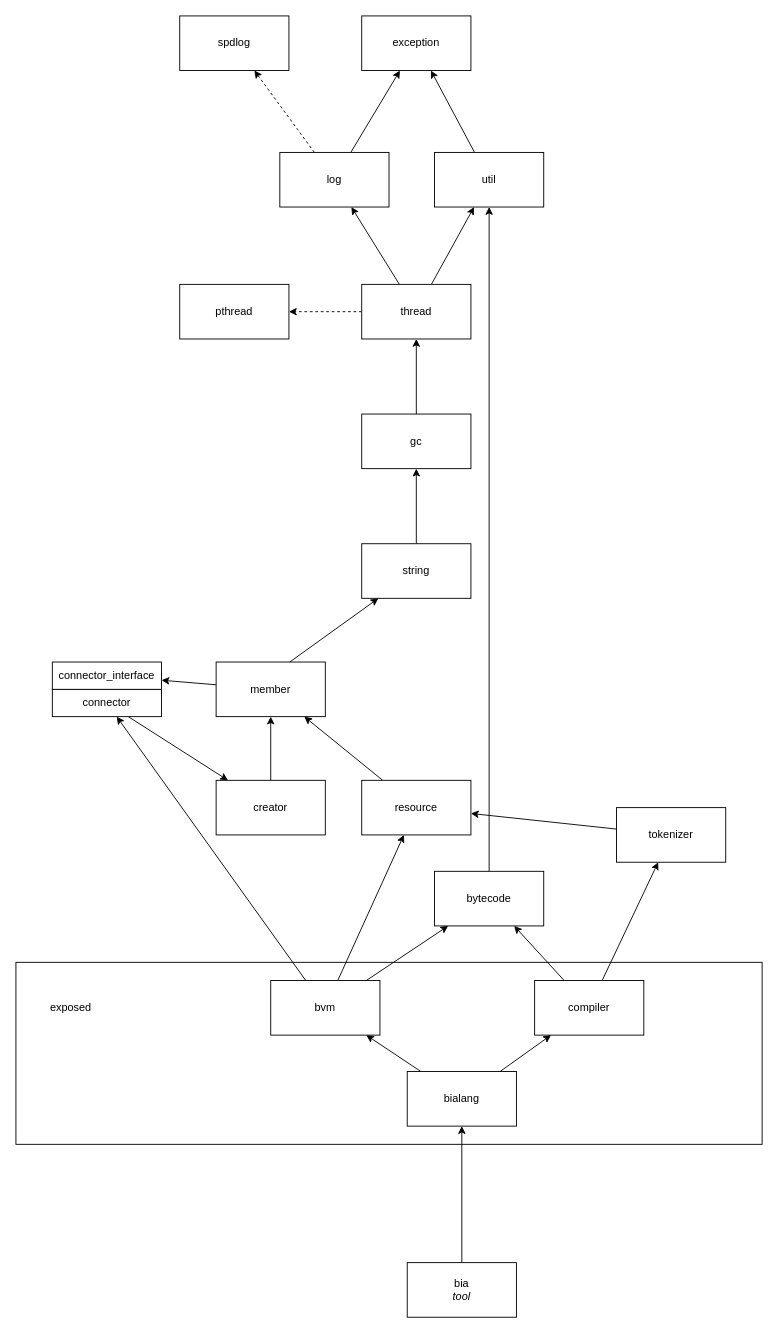
Above: page "Dependencies" (3 of 4) of Components.drawio in bialang/bia (draw.io), before the change. Source tidied: cells renumbered, new cells numbered last; positions are measured from the earlier drawing's top-left corner, leaving out a move shared by most shapes. Both pictures are drawn from the tidied source at 91%, with x=0, y=0 at pixel (15, 15).
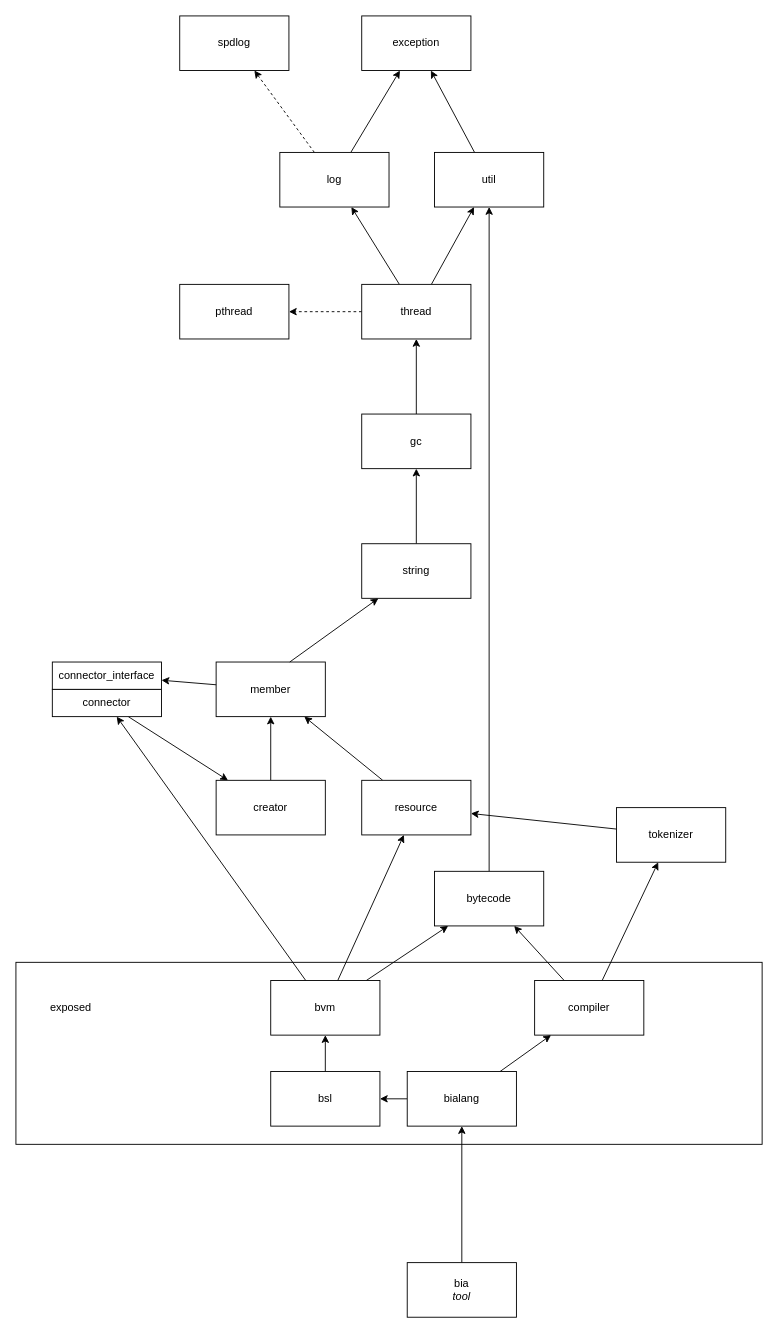
After the change.

The change refers to these unchanged cells:
```xml
<mxCell id="17" value="bvm" style="rounded=0;whiteSpace=wrap;html=1;" parent="1" vertex="1">
  <mxGeometry x="280" y="1060" width="120" height="60" as="geometry" />
</mxCell>
<mxCell id="46" value="bialang" style="rounded=0;whiteSpace=wrap;html=1;" parent="1" vertex="1">
  <mxGeometry x="430" y="1160" width="120" height="60" as="geometry" />
</mxCell>
```

The edit, as a diff of the source:
```diff
@@
-    <mxCell id="45" style="edgeStyle=none;rounded=0;jettySize=auto;html=1;" parent="1" edge="1" source="46" target="17">
+    <mxCell id="45" style="edgeStyle=none;rounded=0;jettySize=auto;html=1;" parent="1" edge="1" source="46" target="48">
       <mxGeometry relative="1" as="geometry" />
     </mxCell>
@@
+    <mxCell id="47" style="edgeStyle=orthogonalEdgeStyle;rounded=0;jettySize=auto;html=1;" parent="1" edge="1" source="48" target="17">
+      <mxGeometry relative="1" as="geometry" />
+    </mxCell>
+    <mxCell id="48" value="bsl" style="rounded=0;whiteSpace=wrap;html=1;" parent="1" vertex="1">
+      <mxGeometry x="280" y="1160" width="120" height="60" as="geometry" />
+    </mxCell>
```
